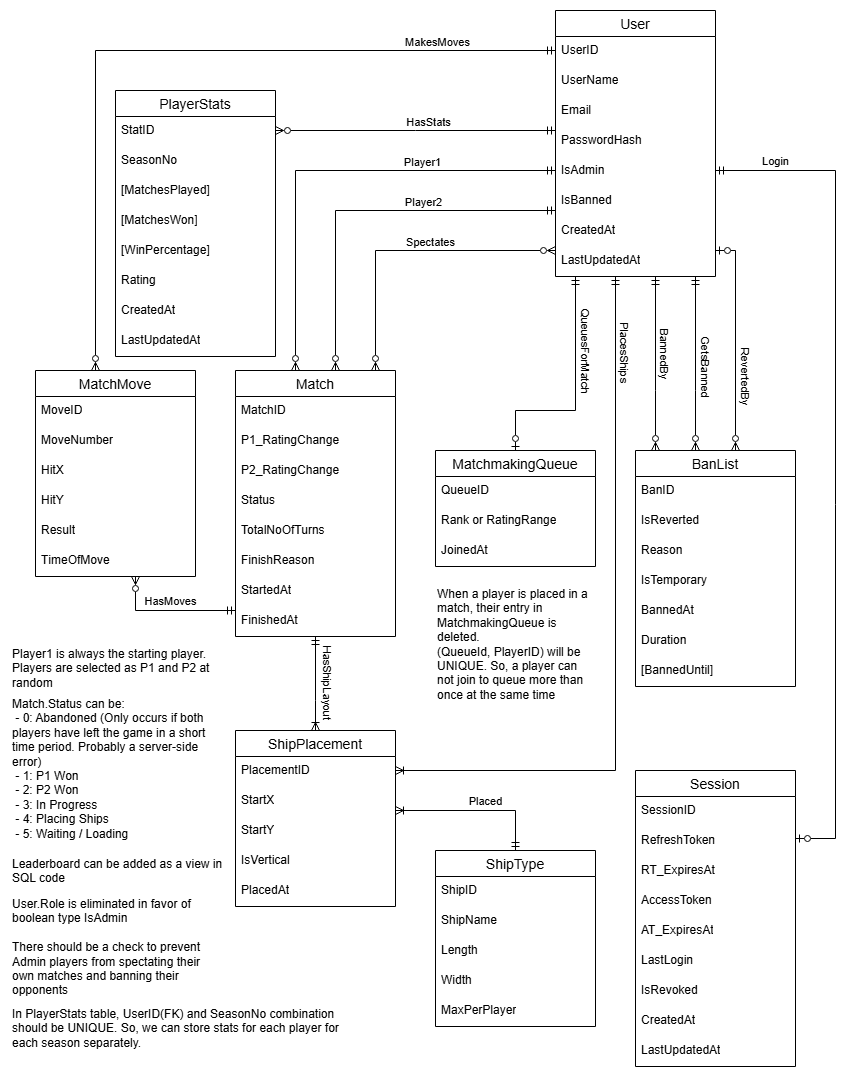
The draw.io diagram Documentation/BattleGrid_ER_Diagram.png in emironan/BattleGrid, before a commit. Source tidied: cells renumbered, new cells last; positions are measured from the earlier drawing's top-left corner, leaving out a move shared by most shapes.
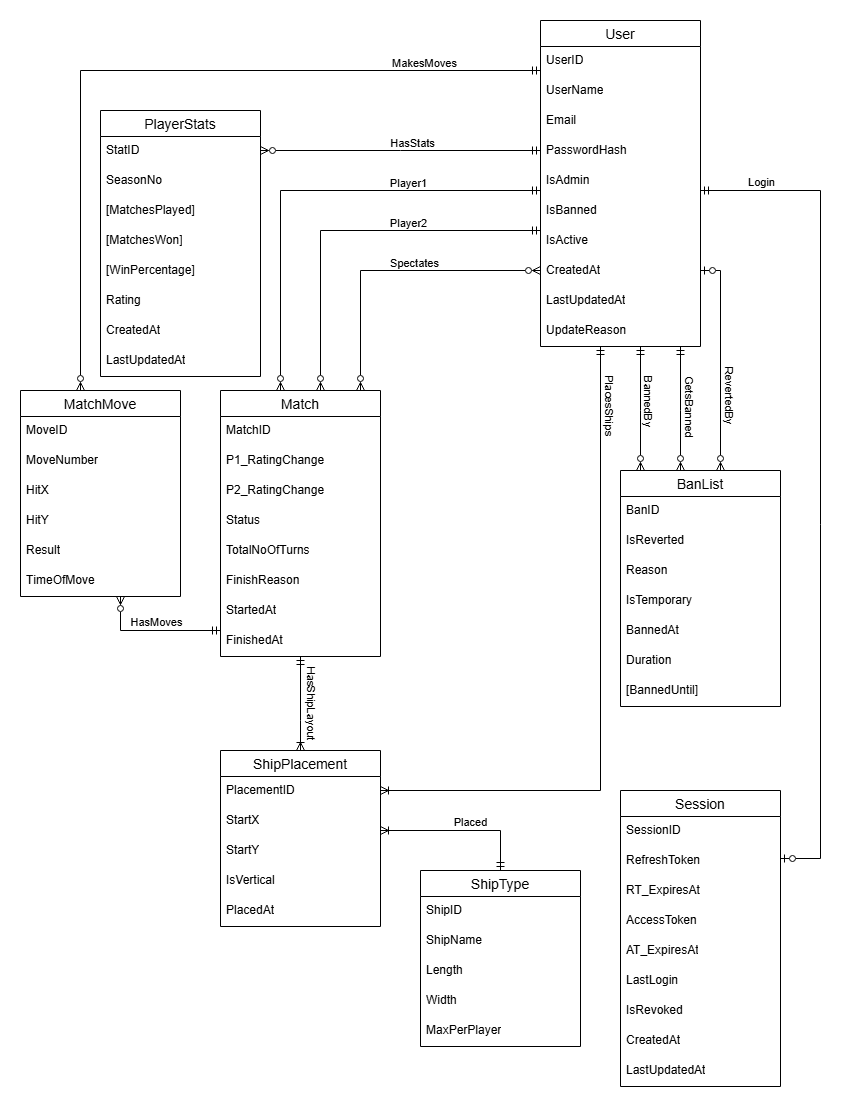
Later version of the same file.

The edit, as a diff of the source:
```diff
@@ -41,7 +41,7 @@
       </mxGeometry>
     </mxCell>
     <mxCell id="8" value="User" style="swimlane;fontStyle=0;horizontal=1;startSize=26;align=center;fontSize=14;" parent="1" vertex="1">
-      <mxGeometry x="545" width="160" height="266" as="geometry" />
+      <mxGeometry x="545" y="-10" width="160" height="326" as="geometry" />
     </mxCell>
     <mxCell id="9" value="UserID" style="text;strokeColor=none;fillColor=none;spacingLeft=4;spacingRight=4;overflow=hidden;fontSize=12;whiteSpace=wrap;html=1;" parent="8" vertex="1">
       <mxGeometry y="26" width="160" height="30" as="geometry" />
@@ -61,12 +61,18 @@
     <mxCell id="14" value="IsBanned" style="text;strokeColor=none;fillColor=none;spacingLeft=4;spacingRight=4;overflow=hidden;fontSize=12;whiteSpace=wrap;html=1;" parent="8" vertex="1">
       <mxGeometry y="176" width="160" height="30" as="geometry" />
     </mxCell>
+    <mxCell id="104" value="IsActive" style="text;strokeColor=none;fillColor=none;spacingLeft=4;spacingRight=4;overflow=hidden;fontSize=12;whiteSpace=wrap;html=1;" parent="8" vertex="1">
+      <mxGeometry y="206" width="160" height="30" as="geometry" />
+    </mxCell>
     <mxCell id="15" value="CreatedAt" style="text;strokeColor=none;fillColor=none;spacingLeft=4;spacingRight=4;overflow=hidden;fontSize=12;whiteSpace=wrap;html=1;" parent="8" vertex="1">
-      <mxGeometry y="206" width="160" height="30" as="geometry" />
+      <mxGeometry y="236" width="160" height="30" as="geometry" />
     </mxCell>
     <mxCell id="16" value="LastUpdatedAt" style="text;strokeColor=none;fillColor=none;spacingLeft=4;spacingRight=4;overflow=hidden;fontSize=12;whiteSpace=wrap;html=1;" parent="8" vertex="1">
-      <mxGeometry y="236" width="160" height="30" as="geometry" />
+      <mxGeometry y="266" width="160" height="30" as="geometry" />
     </mxCell>
+    <mxCell id="105" value="UpdateReason" style="text;strokeColor=none;fillColor=none;spacingLeft=4;spacingRight=4;overflow=hidden;fontSize=12;whiteSpace=wrap;html=1;" parent="8" vertex="1">
+      <mxGeometry y="296" width="160" height="30" as="geometry" />
+    </mxCell>
     <mxCell id="17" style="edgeStyle=orthogonalEdgeStyle;rounded=0;jettySize=auto;html=1;endArrow=ERzeroToMany;endFill=0;startArrow=ERmandOne;startFill=0;" parent="1" edge="1" source="8" target="53">
       <mxGeometry relative="1" as="geometry">
         <Array as="points">
@@ -103,19 +109,6 @@
         <mxPoint x="291" y="-11" as="offset" />
       </mxGeometry>
     </mxCell>
-    <mxCell id="23" style="edgeStyle=orthogonalEdgeStyle;rounded=0;jettySize=auto;html=1;endArrow=ERzeroToOne;endFill=0;startArrow=ERmandOne;startFill=0;" parent="1" edge="1" source="8" target="77">
-      <mxGeometry relative="1" as="geometry">
-        <Array as="points">
-          <mxPoint x="565" y="400" />
-          <mxPoint x="505" y="400" />
-        </Array>
-      </mxGeometry>
-    </mxCell>
-    <mxCell id="24" value="QueuesForMatch" style="edgeLabel;html=1;align=center;verticalAlign=middle;rotation=90;" parent="23" vertex="1">
-      <mxGeometry x="-0.1" relative="1" as="geometry">
-        <mxPoint x="10" y="-31" as="offset" />
-      </mxGeometry>
-    </mxCell>
     <mxCell id="25" style="edgeStyle=orthogonalEdgeStyle;rounded=0;jettySize=auto;html=1;endArrow=ERzeroToMany;endFill=0;startArrow=ERmandOne;startFill=0;" parent="1" edge="1" source="8" target="39">
       <mxGeometry relative="1" as="geometry">
         <Array as="points">
@@ -311,33 +304,6 @@
     <mxCell id="76" value="TimeOfMove" style="text;strokeColor=none;fillColor=none;spacingLeft=4;spacingRight=4;overflow=hidden;fontSize=12;whiteSpace=wrap;html=1;" parent="70" vertex="1">
       <mxGeometry y="176" width="160" height="30" as="geometry" />
     </mxCell>
-    <mxCell id="77" value="MatchmakingQueue" style="swimlane;fontStyle=0;horizontal=1;startSize=26;align=center;fontSize=14;" parent="1" vertex="1">
-      <mxGeometry x="425" y="440" width="160" height="116" as="geometry" />
-    </mxCell>
-    <mxCell id="78" value="QueueID" style="text;strokeColor=none;fillColor=none;spacingLeft=4;spacingRight=4;overflow=hidden;fontSize=12;whiteSpace=wrap;html=1;" parent="77" vertex="1">
-      <mxGeometry y="26" width="160" height="30" as="geometry" />
-    </mxCell>
-    <mxCell id="79" value="Rank or RatingRange" style="text;strokeColor=none;fillColor=none;spacingLeft=4;spacingRight=4;overflow=hidden;fontSize=12;whiteSpace=wrap;html=1;" parent="77" vertex="1">
-      <mxGeometry y="56" width="160" height="30" as="geometry" />
-    </mxCell>
-    <mxCell id="80" value="JoinedAt" style="text;strokeColor=none;fillColor=none;spacingLeft=4;spacingRight=4;overflow=hidden;fontSize=12;whiteSpace=wrap;html=1;" parent="77" vertex="1">
-      <mxGeometry y="86" width="160" height="30" as="geometry" />
-    </mxCell>
-    <mxCell id="81" value="Match.Status can be:&lt;div&gt;&amp;nbsp;- 0: Abandoned (Only occurs if both players have left the game in a short time period. Probably a server-side error)&amp;nbsp;&lt;/div&gt;&lt;div&gt;&amp;nbsp;- 1: P1 Won&lt;/div&gt;&lt;div&gt;&amp;nbsp;- 2: P2 Won&lt;/div&gt;&lt;div&gt;&amp;nbsp;- 3:&lt;span style=&quot;background-color: transparent; color: light-dark(rgb(0, 0, 0), rgb(255, 255, 255));&quot;&gt;&amp;nbsp;In Progress&lt;/span&gt;&lt;/div&gt;&lt;div&gt;&lt;span style=&quot;background-color: transparent; color: light-dark(rgb(0, 0, 0), rgb(255, 255, 255));&quot;&gt;&amp;nbsp;- 4: Placing Ships&lt;br&gt;&amp;nbsp;- 5: Waiting / Loading&lt;/span&gt;&lt;/div&gt;" style="text;html=1;whiteSpace=wrap;strokeColor=none;fillColor=none;align=left;verticalAlign=top;rounded=0;" parent="1" vertex="1">
-      <mxGeometry y="680" width="215" height="160" as="geometry" />
-    </mxCell>
-    <mxCell id="82" value="Leaderboard can be added as a view in SQL code" style="text;html=1;whiteSpace=wrap;strokeColor=none;fillColor=none;align=left;verticalAlign=top;rounded=0;" parent="1" vertex="1">
-      <mxGeometry y="840" width="215" height="40" as="geometry" />
-    </mxCell>
-    <mxCell id="83" value="User.Role is eliminated in favor of boolean type IsAdmin&lt;br&gt;&lt;div&gt;&amp;nbsp; &lt;br&gt;There should be a check to prevent Admin players from spectating their own matches and banning their opponents&lt;/div&gt;" style="text;html=1;whiteSpace=wrap;strokeColor=none;fillColor=none;align=left;verticalAlign=top;rounded=0;" parent="1" vertex="1">
-      <mxGeometry y="880" width="215" height="110" as="geometry" />
-    </mxCell>
-    <mxCell id="84" value="Player1 is always the starting player. Players are selected as P1 and P2 at random" style="text;html=1;whiteSpace=wrap;strokeColor=none;fillColor=none;align=left;verticalAlign=top;rounded=0;" parent="1" vertex="1">
-      <mxGeometry y="630" width="215" height="50" as="geometry" />
-    </mxCell>
-    <mxCell id="85" value="When a player is placed in a match, their entry in MatchmakingQueue is deleted.&amp;nbsp;&lt;div&gt;&lt;span style=&quot;background-color: transparent; color: light-dark(rgb(0, 0, 0), rgb(255, 255, 255));&quot;&gt;(QueueId, PlayerID) will be UNIQUE. So, a player can not join to queue more than once at the same time&lt;/span&gt;&lt;/div&gt;" style="text;html=1;whiteSpace=wrap;strokeColor=none;fillColor=none;align=left;verticalAlign=top;rounded=0;" parent="1" vertex="1">
-      <mxGeometry x="425" y="570" width="160" height="70" as="geometry" />
-    </mxCell>
     <mxCell id="86" style="edgeStyle=orthogonalEdgeStyle;rounded=0;jettySize=auto;html=1;endArrow=ERoneToMany;endFill=0;startArrow=ERmandOne;startFill=0;" parent="1" edge="1" source="88" target="64">
       <mxGeometry relative="1" as="geometry">
         <Array as="points">
@@ -395,8 +361,5 @@
     <mxCell id="102" value="LastUpdatedAt" style="text;strokeColor=none;fillColor=none;spacingLeft=4;spacingRight=4;overflow=hidden;fontSize=12;whiteSpace=wrap;html=1;" parent="94" vertex="1">
       <mxGeometry y="236" width="160" height="30" as="geometry" />
     </mxCell>
-    <mxCell id="103" value="In PlayerStats table, UserID(FK) and SeasonNo combination should be UNIQUE. So, we can store stats for each player for each season separately." style="text;html=1;whiteSpace=wrap;strokeColor=none;fillColor=none;align=left;verticalAlign=top;rounded=0;fontSize=12;" parent="1" vertex="1">
-      <mxGeometry y="990" width="340" height="50" as="geometry" />
-    </mxCell>
   </root>
 </mxGraphModel>
```
